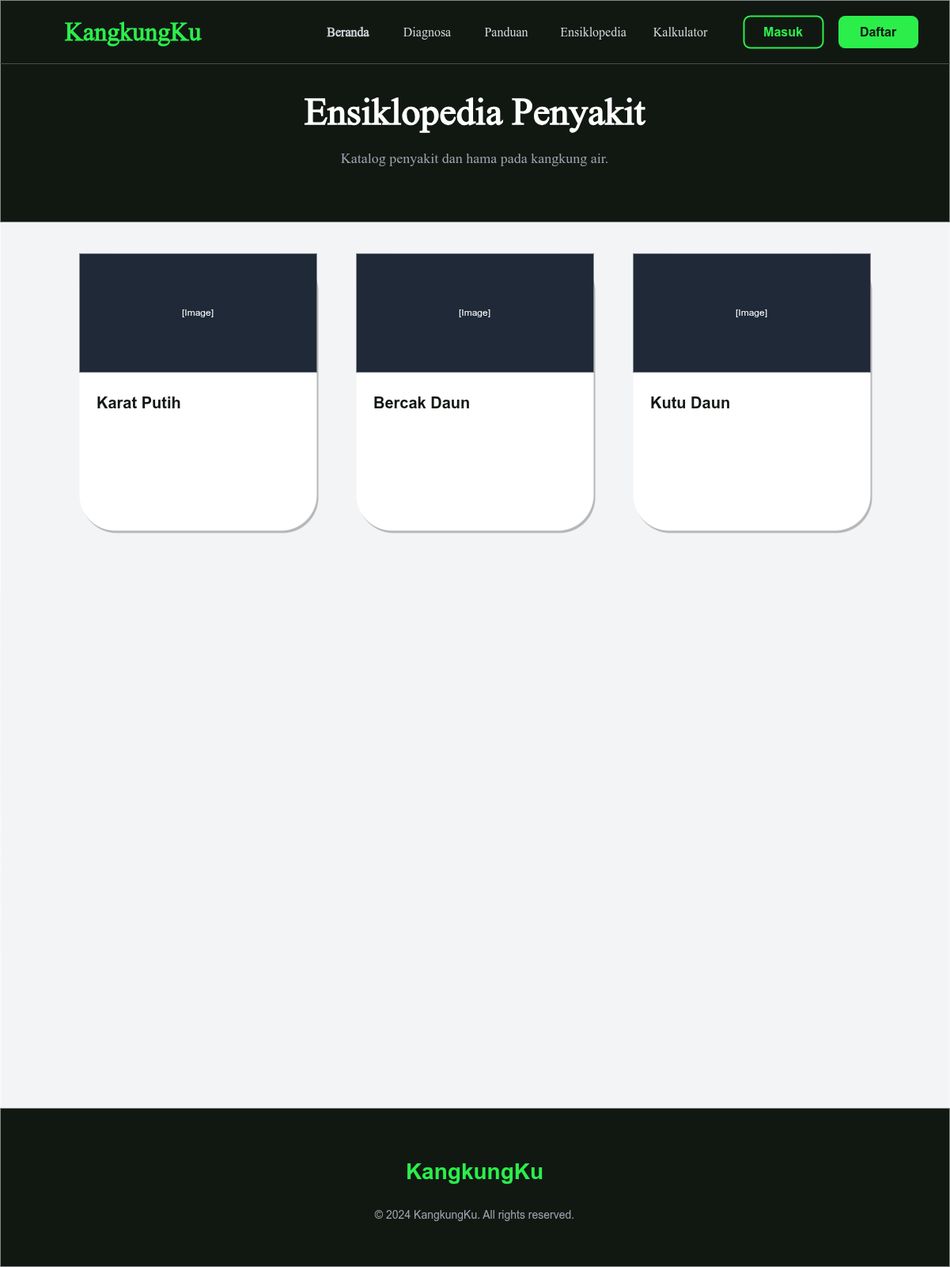
The draw.io diagram diagram/desain/ensiklopedia.png in RajaSunrise/kangkungku, before a commit. Source tidied: cells renumbered, new cells last; positions are measured from the earlier drawing's top-left corner, leaving out a move shared by most shapes. Its diagram source:
```xml
<mxGraphModel>
  <root>
    <mxCell id="0" />
    <mxCell id="1" parent="0" />
    <mxCell id="2" style="rounded=0;whiteSpace=wrap;html=1;fillColor=#F3F4F6;strokeColor=none;" parent="1" vertex="1">
      <mxGeometry width="1200" height="1600" as="geometry" />
    </mxCell>
    <mxCell id="3" style="rounded=0;whiteSpace=wrap;html=1;fillColor=#111812;strokeColor=none;" parent="1" vertex="1">
      <mxGeometry width="1200" height="80" as="geometry" />
    </mxCell>
    <mxCell id="4" value="KangkungKu" style="text;html=1;strokeColor=none;fillColor=none;align=left;verticalAlign=middle;whiteSpace=wrap;rounded=0;fontColor=#2BEE4B;fontSize=32;fontStyle=1;fontFamily=Space Grotesk;" parent="1" vertex="1">
      <mxGeometry x="80" y="20" width="200" height="40" as="geometry" />
    </mxCell>
    <mxCell id="5" value="Beranda" style="text;html=1;strokeColor=none;fillColor=none;align=center;verticalAlign=middle;whiteSpace=wrap;rounded=0;fontColor=#D1D5DB;fontSize=16;fontFamily=Space Grotesk;fontStyle=1;" parent="1" vertex="1">
      <mxGeometry x="400" y="25" width="80" height="30" as="geometry" />
    </mxCell>
    <mxCell id="6" value="Diagnosa" style="text;html=1;strokeColor=none;fillColor=none;align=center;verticalAlign=middle;whiteSpace=wrap;rounded=0;fontColor=#D1D5DB;fontSize=16;fontFamily=Space Grotesk;" parent="1" vertex="1">
      <mxGeometry x="500" y="25" width="80" height="30" as="geometry" />
    </mxCell>
    <mxCell id="7" value="Panduan" style="text;html=1;strokeColor=none;fillColor=none;align=center;verticalAlign=middle;whiteSpace=wrap;rounded=0;fontColor=#D1D5DB;fontSize=16;fontFamily=Space Grotesk;" parent="1" vertex="1">
      <mxGeometry x="600" y="25" width="80" height="30" as="geometry" />
    </mxCell>
    <mxCell id="8" value="Ensiklopedia" style="text;html=1;strokeColor=none;fillColor=none;align=center;verticalAlign=middle;whiteSpace=wrap;rounded=0;fontColor=#D1D5DB;fontSize=16;fontFamily=Space Grotesk;" parent="1" vertex="1">
      <mxGeometry x="700" y="25" width="100" height="30" as="geometry" />
    </mxCell>
    <mxCell id="9" value="Kalkulator" style="text;html=1;strokeColor=none;fillColor=none;align=center;verticalAlign=middle;whiteSpace=wrap;rounded=0;fontColor=#D1D5DB;fontSize=16;fontFamily=Space Grotesk;" parent="1" vertex="1">
      <mxGeometry x="820" y="25" width="80" height="30" as="geometry" />
    </mxCell>
    <mxCell id="10" value="Masuk" style="rounded=1;whiteSpace=wrap;html=1;fillColor=none;strokeColor=#2BEE4B;strokeWidth=2;fontColor=#2BEE4B;fontStyle=1;fontSize=16;arcSize=20;" parent="1" vertex="1">
      <mxGeometry x="940" y="20" width="100" height="40" as="geometry" />
    </mxCell>
    <mxCell id="11" value="Daftar" style="rounded=1;whiteSpace=wrap;html=1;fillColor=#2BEE4B;strokeColor=#2BEE4B;fontColor=#111812;fontStyle=1;fontSize=16;arcSize=20;" parent="1" vertex="1">
      <mxGeometry x="1060" y="20" width="100" height="40" as="geometry" />
    </mxCell>
    <mxCell id="12" style="rounded=0;whiteSpace=wrap;html=1;fillColor=#111812;strokeColor=none;" parent="1" vertex="1">
      <mxGeometry y="80" width="1200" height="200" as="geometry" />
    </mxCell>
    <mxCell id="13" value="Ensiklopedia Penyakit" style="text;html=1;strokeColor=none;fillColor=none;align=center;verticalAlign=middle;whiteSpace=wrap;rounded=0;fontColor=#FFFFFF;fontSize=48;fontStyle=1;fontFamily=Space Grotesk;" parent="1" vertex="1">
      <mxGeometry x="100" y="100" width="1000" height="80" as="geometry" />
    </mxCell>
    <mxCell id="14" value="Katalog penyakit dan hama pada kangkung air." style="text;html=1;strokeColor=none;fillColor=none;align=center;verticalAlign=middle;whiteSpace=wrap;rounded=0;fontColor=#9CA3AF;fontSize=18;fontFamily=Space Grotesk;" parent="1" vertex="1">
      <mxGeometry x="200" y="180" width="800" height="40" as="geometry" />
    </mxCell>
    <mxCell id="15" style="rounded=1;whiteSpace=wrap;html=1;fillColor=#FFFFFF;strokeColor=none;shadow=1;" parent="1" vertex="1">
      <mxGeometry x="100" y="320" width="300" height="350" as="geometry" />
    </mxCell>
    <mxCell id="16" value="[Image]" style="rounded=0;whiteSpace=wrap;html=1;fillColor=#1F2937;strokeColor=none;fontColor=#FFFFFF;" parent="1" vertex="1">
      <mxGeometry x="100" y="320" width="300" height="150" as="geometry" />
    </mxCell>
    <mxCell id="17" value="Karat Putih" style="text;html=1;strokeColor=none;fillColor=none;align=left;verticalAlign=top;whiteSpace=wrap;rounded=0;fontColor=#111812;fontSize=20;fontStyle=1;" parent="1" vertex="1">
      <mxGeometry x="120" y="490" width="260" height="30" as="geometry" />
    </mxCell>
    <mxCell id="18" style="rounded=1;whiteSpace=wrap;html=1;fillColor=#FFFFFF;strokeColor=none;shadow=1;" parent="1" vertex="1">
      <mxGeometry x="450" y="320" width="300" height="350" as="geometry" />
    </mxCell>
    <mxCell id="19" value="[Image]" style="rounded=0;whiteSpace=wrap;html=1;fillColor=#1F2937;strokeColor=none;fontColor=#FFFFFF;" parent="1" vertex="1">
      <mxGeometry x="450" y="320" width="300" height="150" as="geometry" />
    </mxCell>
    <mxCell id="20" value="Bercak Daun" style="text;html=1;strokeColor=none;fillColor=none;align=left;verticalAlign=top;whiteSpace=wrap;rounded=0;fontColor=#111812;fontSize=20;fontStyle=1;" parent="1" vertex="1">
      <mxGeometry x="470" y="490" width="260" height="30" as="geometry" />
    </mxCell>
    <mxCell id="21" style="rounded=1;whiteSpace=wrap;html=1;fillColor=#FFFFFF;strokeColor=none;shadow=1;" parent="1" vertex="1">
      <mxGeometry x="800" y="320" width="300" height="350" as="geometry" />
    </mxCell>
    <mxCell id="22" value="[Image]" style="rounded=0;whiteSpace=wrap;html=1;fillColor=#1F2937;strokeColor=none;fontColor=#FFFFFF;" parent="1" vertex="1">
      <mxGeometry x="800" y="320" width="300" height="150" as="geometry" />
    </mxCell>
    <mxCell id="23" value="Kutu Daun" style="text;html=1;strokeColor=none;fillColor=none;align=left;verticalAlign=top;whiteSpace=wrap;rounded=0;fontColor=#111812;fontSize=20;fontStyle=1;" parent="1" vertex="1">
      <mxGeometry x="820" y="490" width="260" height="30" as="geometry" />
    </mxCell>
    <mxCell id="24" style="rounded=0;whiteSpace=wrap;html=1;fillColor=#111812;strokeColor=none;" parent="1" vertex="1">
      <mxGeometry y="1400" width="1200" height="200" as="geometry" />
    </mxCell>
    <mxCell id="25" value="KangkungKu" style="text;html=1;strokeColor=none;fillColor=none;align=center;verticalAlign=middle;whiteSpace=wrap;rounded=0;fontColor=#2BEE4B;fontSize=28;fontStyle=1;" parent="1" vertex="1">
      <mxGeometry x="500" y="1460" width="200" height="40" as="geometry" />
    </mxCell>
    <mxCell id="26" value="© 2024 KangkungKu. All rights reserved." style="text;html=1;strokeColor=none;fillColor=none;align=center;verticalAlign=middle;whiteSpace=wrap;rounded=0;fontColor=#9CA3AF;fontSize=14;" parent="1" vertex="1">
      <mxGeometry x="450" y="1520" width="300" height="30" as="geometry" />
    </mxCell>
  </root>
</mxGraphModel>
```
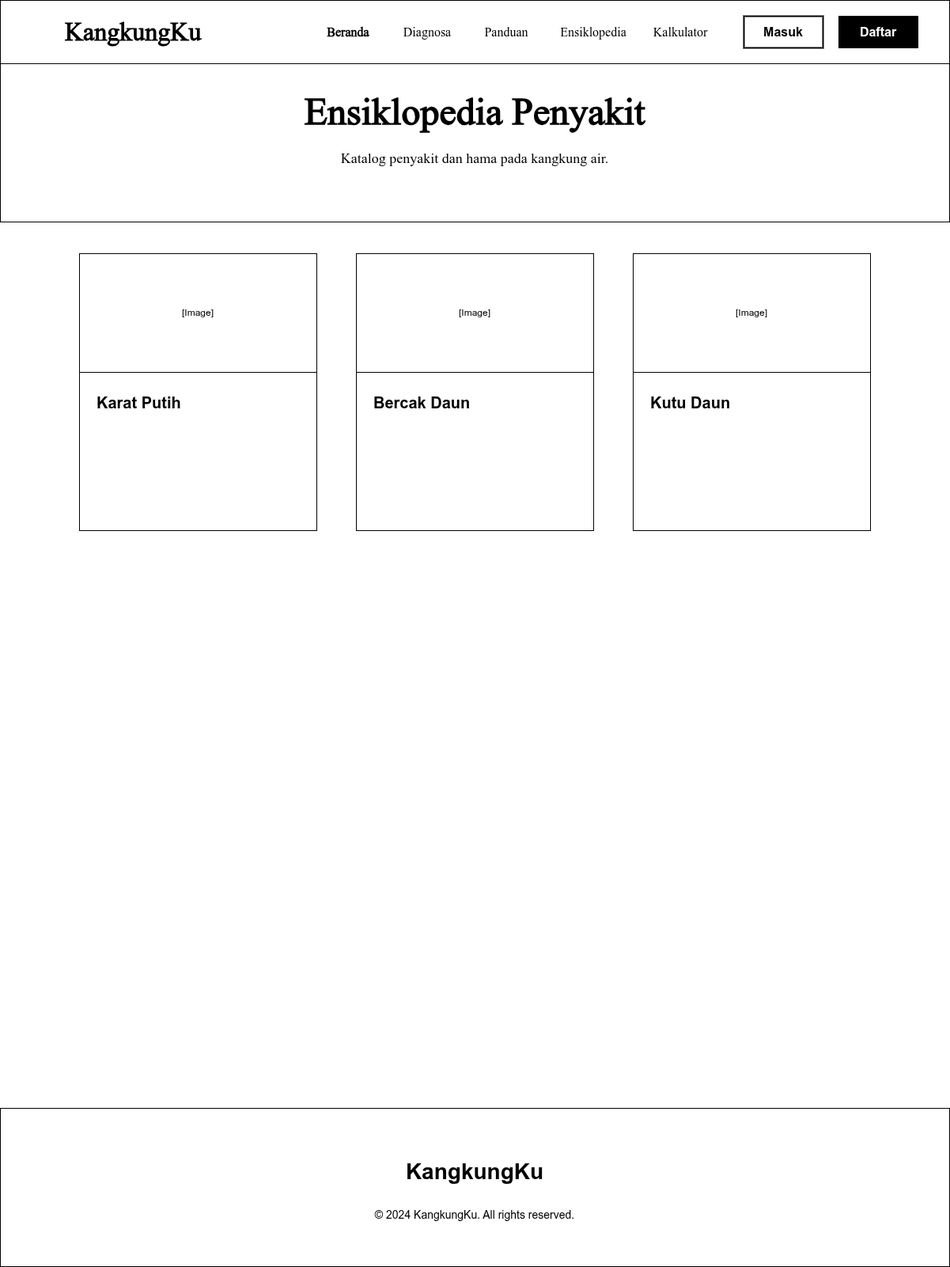
Above is the later version.

Diff of the diagram source:
```diff
@@ -2,79 +2,79 @@
   <root>
     <mxCell id="0" />
     <mxCell id="1" parent="0" />
-    <mxCell id="2" style="rounded=0;whiteSpace=wrap;html=1;fillColor=#F3F4F6;strokeColor=none;" parent="1" vertex="1">
+    <mxCell id="2" style="rounded=0;whiteSpace=wrap;html=1;fillColor=#FFFFFF;strokeColor=none;" parent="1" vertex="1">
       <mxGeometry width="1200" height="1600" as="geometry" />
     </mxCell>
-    <mxCell id="3" style="rounded=0;whiteSpace=wrap;html=1;fillColor=#111812;strokeColor=none;" parent="1" vertex="1">
+    <mxCell id="3" style="rounded=0;whiteSpace=wrap;html=1;fillColor=#FFFFFF;strokeColor=#000000;" parent="1" vertex="1">
       <mxGeometry width="1200" height="80" as="geometry" />
     </mxCell>
-    <mxCell id="4" value="KangkungKu" style="text;html=1;strokeColor=none;fillColor=none;align=left;verticalAlign=middle;whiteSpace=wrap;rounded=0;fontColor=#2BEE4B;fontSize=32;fontStyle=1;fontFamily=Space Grotesk;" parent="1" vertex="1">
+    <mxCell id="4" value="KangkungKu" style="text;html=1;strokeColor=none;fillColor=none;align=left;verticalAlign=middle;whiteSpace=wrap;rounded=0;fontColor=#000000;fontSize=32;fontStyle=1;fontFamily=Space Grotesk;" parent="1" vertex="1">
       <mxGeometry x="80" y="20" width="200" height="40" as="geometry" />
     </mxCell>
-    <mxCell id="5" value="Beranda" style="text;html=1;strokeColor=none;fillColor=none;align=center;verticalAlign=middle;whiteSpace=wrap;rounded=0;fontColor=#D1D5DB;fontSize=16;fontFamily=Space Grotesk;fontStyle=1;" parent="1" vertex="1">
+    <mxCell id="5" value="Beranda" style="text;html=1;strokeColor=none;fillColor=none;align=center;verticalAlign=middle;whiteSpace=wrap;rounded=0;fontColor=#000000;fontSize=16;fontFamily=Space Grotesk;fontStyle=1;" parent="1" vertex="1">
       <mxGeometry x="400" y="25" width="80" height="30" as="geometry" />
     </mxCell>
-    <mxCell id="6" value="Diagnosa" style="text;html=1;strokeColor=none;fillColor=none;align=center;verticalAlign=middle;whiteSpace=wrap;rounded=0;fontColor=#D1D5DB;fontSize=16;fontFamily=Space Grotesk;" parent="1" vertex="1">
+    <mxCell id="6" value="Diagnosa" style="text;html=1;strokeColor=none;fillColor=none;align=center;verticalAlign=middle;whiteSpace=wrap;rounded=0;fontColor=#000000;fontSize=16;fontFamily=Space Grotesk;" parent="1" vertex="1">
       <mxGeometry x="500" y="25" width="80" height="30" as="geometry" />
     </mxCell>
-    <mxCell id="7" value="Panduan" style="text;html=1;strokeColor=none;fillColor=none;align=center;verticalAlign=middle;whiteSpace=wrap;rounded=0;fontColor=#D1D5DB;fontSize=16;fontFamily=Space Grotesk;" parent="1" vertex="1">
+    <mxCell id="7" value="Panduan" style="text;html=1;strokeColor=none;fillColor=none;align=center;verticalAlign=middle;whiteSpace=wrap;rounded=0;fontColor=#000000;fontSize=16;fontFamily=Space Grotesk;" parent="1" vertex="1">
       <mxGeometry x="600" y="25" width="80" height="30" as="geometry" />
     </mxCell>
-    <mxCell id="8" value="Ensiklopedia" style="text;html=1;strokeColor=none;fillColor=none;align=center;verticalAlign=middle;whiteSpace=wrap;rounded=0;fontColor=#D1D5DB;fontSize=16;fontFamily=Space Grotesk;" parent="1" vertex="1">
+    <mxCell id="8" value="Ensiklopedia" style="text;html=1;strokeColor=none;fillColor=none;align=center;verticalAlign=middle;whiteSpace=wrap;rounded=0;fontColor=#000000;fontSize=16;fontFamily=Space Grotesk;" parent="1" vertex="1">
       <mxGeometry x="700" y="25" width="100" height="30" as="geometry" />
     </mxCell>
-    <mxCell id="9" value="Kalkulator" style="text;html=1;strokeColor=none;fillColor=none;align=center;verticalAlign=middle;whiteSpace=wrap;rounded=0;fontColor=#D1D5DB;fontSize=16;fontFamily=Space Grotesk;" parent="1" vertex="1">
+    <mxCell id="9" value="Kalkulator" style="text;html=1;strokeColor=none;fillColor=none;align=center;verticalAlign=middle;whiteSpace=wrap;rounded=0;fontColor=#000000;fontSize=16;fontFamily=Space Grotesk;" parent="1" vertex="1">
       <mxGeometry x="820" y="25" width="80" height="30" as="geometry" />
     </mxCell>
-    <mxCell id="10" value="Masuk" style="rounded=1;whiteSpace=wrap;html=1;fillColor=none;strokeColor=#2BEE4B;strokeWidth=2;fontColor=#2BEE4B;fontStyle=1;fontSize=16;arcSize=20;" parent="1" vertex="1">
+    <mxCell id="10" value="Masuk" style="rounded=0;whiteSpace=wrap;html=1;fillColor=none;strokeColor=#000000;strokeWidth=2;fontColor=#000000;fontStyle=1;fontSize=16;arcSize=20;" parent="1" vertex="1">
       <mxGeometry x="940" y="20" width="100" height="40" as="geometry" />
     </mxCell>
-    <mxCell id="11" value="Daftar" style="rounded=1;whiteSpace=wrap;html=1;fillColor=#2BEE4B;strokeColor=#2BEE4B;fontColor=#111812;fontStyle=1;fontSize=16;arcSize=20;" parent="1" vertex="1">
+    <mxCell id="11" value="Daftar" style="rounded=0;whiteSpace=wrap;html=1;fillColor=#000000;strokeColor=#000000;fontColor=#FFFFFF;fontStyle=1;fontSize=16;arcSize=20;" parent="1" vertex="1">
       <mxGeometry x="1060" y="20" width="100" height="40" as="geometry" />
     </mxCell>
-    <mxCell id="12" style="rounded=0;whiteSpace=wrap;html=1;fillColor=#111812;strokeColor=none;" parent="1" vertex="1">
+    <mxCell id="12" style="rounded=0;whiteSpace=wrap;html=1;fillColor=#FFFFFF;strokeColor=#000000;" parent="1" vertex="1">
       <mxGeometry y="80" width="1200" height="200" as="geometry" />
     </mxCell>
-    <mxCell id="13" value="Ensiklopedia Penyakit" style="text;html=1;strokeColor=none;fillColor=none;align=center;verticalAlign=middle;whiteSpace=wrap;rounded=0;fontColor=#FFFFFF;fontSize=48;fontStyle=1;fontFamily=Space Grotesk;" parent="1" vertex="1">
+    <mxCell id="13" value="Ensiklopedia Penyakit" style="text;html=1;strokeColor=none;fillColor=none;align=center;verticalAlign=middle;whiteSpace=wrap;rounded=0;fontColor=#000000;fontSize=48;fontStyle=1;fontFamily=Space Grotesk;" parent="1" vertex="1">
       <mxGeometry x="100" y="100" width="1000" height="80" as="geometry" />
     </mxCell>
-    <mxCell id="14" value="Katalog penyakit dan hama pada kangkung air." style="text;html=1;strokeColor=none;fillColor=none;align=center;verticalAlign=middle;whiteSpace=wrap;rounded=0;fontColor=#9CA3AF;fontSize=18;fontFamily=Space Grotesk;" parent="1" vertex="1">
+    <mxCell id="14" value="Katalog penyakit dan hama pada kangkung air." style="text;html=1;strokeColor=none;fillColor=none;align=center;verticalAlign=middle;whiteSpace=wrap;rounded=0;fontColor=#000000;fontSize=18;fontFamily=Space Grotesk;" parent="1" vertex="1">
       <mxGeometry x="200" y="180" width="800" height="40" as="geometry" />
     </mxCell>
-    <mxCell id="15" style="rounded=1;whiteSpace=wrap;html=1;fillColor=#FFFFFF;strokeColor=none;shadow=1;" parent="1" vertex="1">
+    <mxCell id="15" style="rounded=0;whiteSpace=wrap;html=1;fillColor=#FFFFFF;strokeColor=#000000;" parent="1" vertex="1">
       <mxGeometry x="100" y="320" width="300" height="350" as="geometry" />
     </mxCell>
-    <mxCell id="16" value="[Image]" style="rounded=0;whiteSpace=wrap;html=1;fillColor=#1F2937;strokeColor=none;fontColor=#FFFFFF;" parent="1" vertex="1">
+    <mxCell id="16" value="[Image]" style="rounded=0;whiteSpace=wrap;html=1;fillColor=#FFFFFF;strokeColor=#000000;fontColor=#000000;" parent="1" vertex="1">
       <mxGeometry x="100" y="320" width="300" height="150" as="geometry" />
     </mxCell>
-    <mxCell id="17" value="Karat Putih" style="text;html=1;strokeColor=none;fillColor=none;align=left;verticalAlign=top;whiteSpace=wrap;rounded=0;fontColor=#111812;fontSize=20;fontStyle=1;" parent="1" vertex="1">
+    <mxCell id="17" value="Karat Putih" style="text;html=1;strokeColor=none;fillColor=none;align=left;verticalAlign=top;whiteSpace=wrap;rounded=0;fontColor=#000000;fontSize=20;fontStyle=1;" parent="1" vertex="1">
       <mxGeometry x="120" y="490" width="260" height="30" as="geometry" />
     </mxCell>
-    <mxCell id="18" style="rounded=1;whiteSpace=wrap;html=1;fillColor=#FFFFFF;strokeColor=none;shadow=1;" parent="1" vertex="1">
+    <mxCell id="18" style="rounded=0;whiteSpace=wrap;html=1;fillColor=#FFFFFF;strokeColor=#000000;" parent="1" vertex="1">
       <mxGeometry x="450" y="320" width="300" height="350" as="geometry" />
     </mxCell>
-    <mxCell id="19" value="[Image]" style="rounded=0;whiteSpace=wrap;html=1;fillColor=#1F2937;strokeColor=none;fontColor=#FFFFFF;" parent="1" vertex="1">
+    <mxCell id="19" value="[Image]" style="rounded=0;whiteSpace=wrap;html=1;fillColor=#FFFFFF;strokeColor=#000000;fontColor=#000000;" parent="1" vertex="1">
       <mxGeometry x="450" y="320" width="300" height="150" as="geometry" />
     </mxCell>
-    <mxCell id="20" value="Bercak Daun" style="text;html=1;strokeColor=none;fillColor=none;align=left;verticalAlign=top;whiteSpace=wrap;rounded=0;fontColor=#111812;fontSize=20;fontStyle=1;" parent="1" vertex="1">
+    <mxCell id="20" value="Bercak Daun" style="text;html=1;strokeColor=none;fillColor=none;align=left;verticalAlign=top;whiteSpace=wrap;rounded=0;fontColor=#000000;fontSize=20;fontStyle=1;" parent="1" vertex="1">
       <mxGeometry x="470" y="490" width="260" height="30" as="geometry" />
     </mxCell>
-    <mxCell id="21" style="rounded=1;whiteSpace=wrap;html=1;fillColor=#FFFFFF;strokeColor=none;shadow=1;" parent="1" vertex="1">
+    <mxCell id="21" style="rounded=0;whiteSpace=wrap;html=1;fillColor=#FFFFFF;strokeColor=#000000;" parent="1" vertex="1">
       <mxGeometry x="800" y="320" width="300" height="350" as="geometry" />
     </mxCell>
-    <mxCell id="22" value="[Image]" style="rounded=0;whiteSpace=wrap;html=1;fillColor=#1F2937;strokeColor=none;fontColor=#FFFFFF;" parent="1" vertex="1">
+    <mxCell id="22" value="[Image]" style="rounded=0;whiteSpace=wrap;html=1;fillColor=#FFFFFF;strokeColor=#000000;fontColor=#000000;" parent="1" vertex="1">
       <mxGeometry x="800" y="320" width="300" height="150" as="geometry" />
     </mxCell>
-    <mxCell id="23" value="Kutu Daun" style="text;html=1;strokeColor=none;fillColor=none;align=left;verticalAlign=top;whiteSpace=wrap;rounded=0;fontColor=#111812;fontSize=20;fontStyle=1;" parent="1" vertex="1">
+    <mxCell id="23" value="Kutu Daun" style="text;html=1;strokeColor=none;fillColor=none;align=left;verticalAlign=top;whiteSpace=wrap;rounded=0;fontColor=#000000;fontSize=20;fontStyle=1;" parent="1" vertex="1">
       <mxGeometry x="820" y="490" width="260" height="30" as="geometry" />
     </mxCell>
-    <mxCell id="24" style="rounded=0;whiteSpace=wrap;html=1;fillColor=#111812;strokeColor=none;" parent="1" vertex="1">
+    <mxCell id="24" style="rounded=0;whiteSpace=wrap;html=1;fillColor=#FFFFFF;strokeColor=#000000;" parent="1" vertex="1">
       <mxGeometry y="1400" width="1200" height="200" as="geometry" />
     </mxCell>
-    <mxCell id="25" value="KangkungKu" style="text;html=1;strokeColor=none;fillColor=none;align=center;verticalAlign=middle;whiteSpace=wrap;rounded=0;fontColor=#2BEE4B;fontSize=28;fontStyle=1;" parent="1" vertex="1">
+    <mxCell id="25" value="KangkungKu" style="text;html=1;strokeColor=none;fillColor=none;align=center;verticalAlign=middle;whiteSpace=wrap;rounded=0;fontColor=#000000;fontSize=28;fontStyle=1;" parent="1" vertex="1">
       <mxGeometry x="500" y="1460" width="200" height="40" as="geometry" />
     </mxCell>
-    <mxCell id="26" value="© 2024 KangkungKu. All rights reserved." style="text;html=1;strokeColor=none;fillColor=none;align=center;verticalAlign=middle;whiteSpace=wrap;rounded=0;fontColor=#9CA3AF;fontSize=14;" parent="1" vertex="1">
+    <mxCell id="26" value="© 2024 KangkungKu. All rights reserved." style="text;html=1;strokeColor=none;fillColor=none;align=center;verticalAlign=middle;whiteSpace=wrap;rounded=0;fontColor=#000000;fontSize=14;" parent="1" vertex="1">
       <mxGeometry x="450" y="1520" width="300" height="30" as="geometry" />
     </mxCell>
   </root>
```
